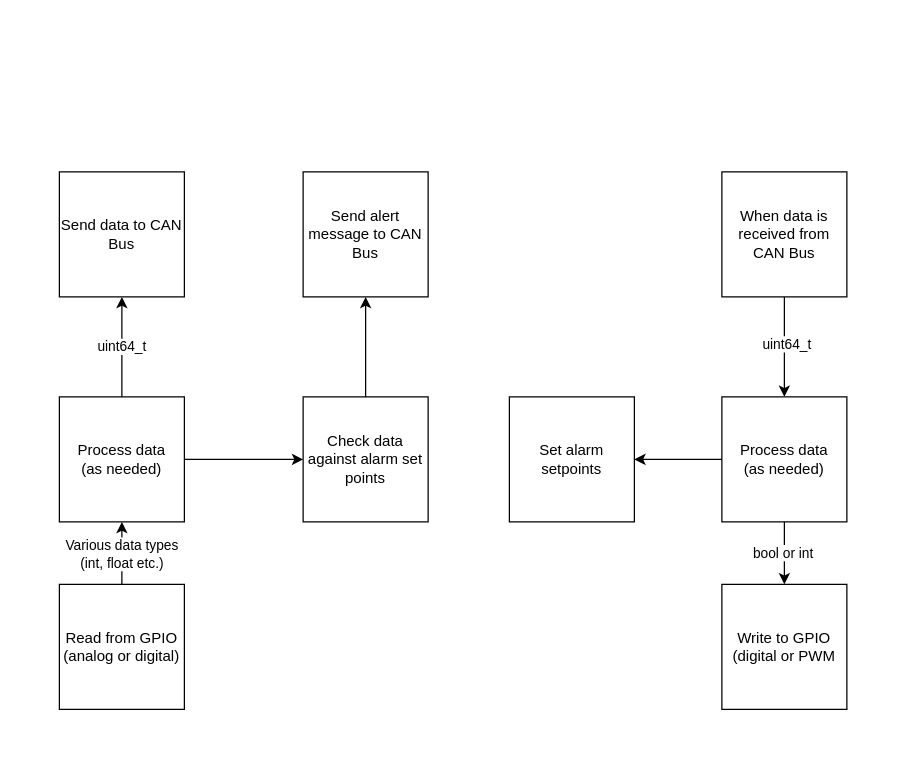
Before: BlockDiagrams/NodeControllerSoftware.drawio in ProjectFishWorks/Documentation, a draw.io diagram. Source tidied: cells renumbered, new cells numbered last; positions are measured from the earlier drawing's top-left corner, leaving out a move shared by most shapes. Both pictures are drawn from the tidied source at 125%, with x=0, y=0 at pixel (59, 171).
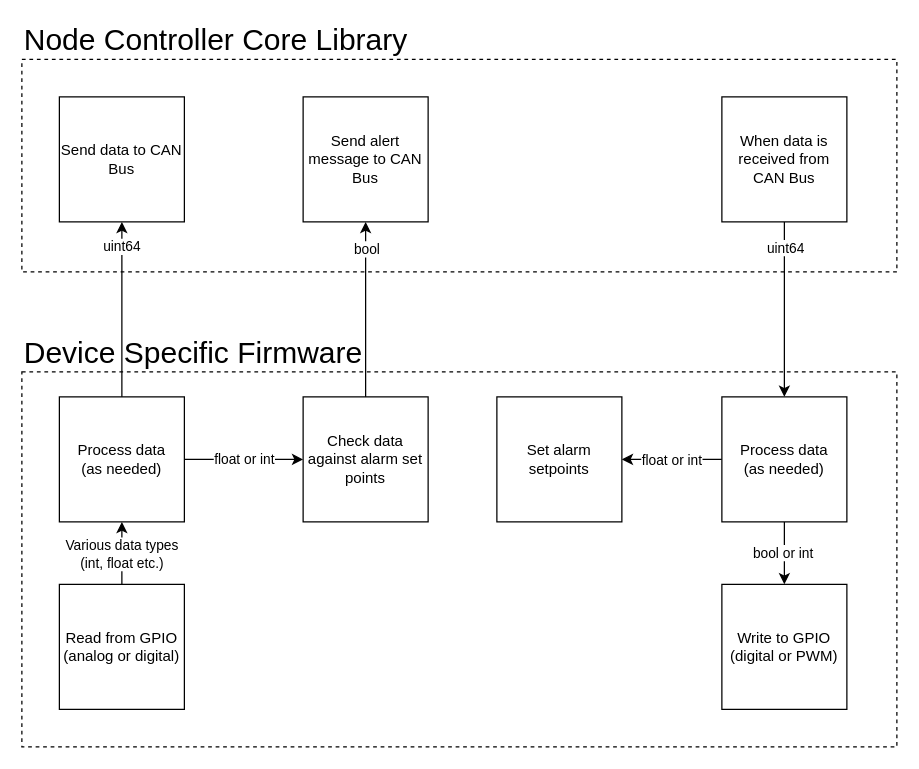
After the change.

Unchanged cells that the change refers to:
```xml
<mxCell id="7" value="Process data&lt;div&gt;(as needed)&lt;/div&gt;" style="whiteSpace=wrap;html=1;" parent="1" vertex="1">
  <mxGeometry y="180" width="100" height="100" as="geometry" />
</mxCell>
<mxCell id="9" style="edgeStyle=orthogonalEdgeStyle;rounded=0;jettySize=auto;html=1;" parent="1" edge="1" source="11" target="15">
  <mxGeometry relative="1" as="geometry" />
</mxCell>
<mxCell id="14" style="edgeStyle=orthogonalEdgeStyle;rounded=0;jettySize=auto;html=1;" parent="1" edge="1" source="15" target="20">
  <mxGeometry relative="1" as="geometry" />
</mxCell>
<mxCell id="17" style="edgeStyle=orthogonalEdgeStyle;rounded=0;jettySize=auto;html=1;" parent="1" edge="1" source="18" target="19">
  <mxGeometry relative="1" as="geometry" />
</mxCell>
<mxCell id="18" value="Check data against alarm set points" style="whiteSpace=wrap;html=1;" parent="1" vertex="1">
  <mxGeometry x="195" y="180" width="100" height="100" as="geometry" />
</mxCell>
```

The edit, as a diff of the source:
```diff
@@
+    <mxCell id="21" style="rounded=0;whiteSpace=wrap;html=1;fillColor=none;dashed=1;" parent="1" vertex="1">
+      <mxGeometry x="-30" y="-90" width="700" height="170" as="geometry" />
+    </mxCell>
+    <mxCell id="22" style="rounded=0;whiteSpace=wrap;html=1;fillColor=none;dashed=1;" parent="1" vertex="1">
+      <mxGeometry x="-30" y="160" width="700" height="300" as="geometry" />
+    </mxCell>
@@
-    <mxCell id="5" value="uint64_t" style="edgeStyle=orthogonalEdgeStyle;rounded=0;jettySize=auto;html=1;exitX=0.5;exitY=0;exitDx=0;exitDy=0;entryX=0.5;entryY=1;entryDx=0;entryDy=0;" parent="1" edge="1" source="7" target="8">
-      <mxGeometry relative="1" as="geometry" />
+    <mxCell id="5" value="uint64" style="edgeStyle=orthogonalEdgeStyle;rounded=0;jettySize=auto;html=1;exitX=0.5;exitY=0;exitDx=0;exitDy=0;entryX=0.5;entryY=1;entryDx=0;entryDy=0;" parent="1" edge="1" source="7" target="8">
+      <mxGeometry x="0.71" relative="1" as="geometry" />
     </mxCell>
-    <mxCell id="6" style="edgeStyle=orthogonalEdgeStyle;rounded=0;jettySize=auto;html=1;" parent="1" edge="1" source="7" target="18">
+    <mxCell id="6" value="float or int" style="edgeStyle=orthogonalEdgeStyle;rounded=0;jettySize=auto;html=1;" parent="1" edge="1" source="7" target="18">
       <mxGeometry relative="1" as="geometry" />
     </mxCell>
@@
     <mxCell id="8" value="&lt;div&gt;Send data to CAN Bus&lt;br&gt;&lt;/div&gt;" style="whiteSpace=wrap;html=1;" parent="1" vertex="1">
-      <mxGeometry width="100" height="100" as="geometry" />
+      <mxGeometry y="-60" width="100" height="100" as="geometry" />
     </mxCell>
@@
-    <mxCell id="10" value="uint64_t" style="edgeLabel;html=1;align=center;verticalAlign=middle;" parent="9" vertex="1">
-      <mxGeometry x="-0.08" y="1" relative="1" as="geometry" />
+    <mxCell id="10" value="uint64" style="edgeLabel;html=1;align=center;verticalAlign=middle;" parent="9" vertex="1">
+      <mxGeometry x="-0.08" y="1" relative="1" as="geometry">
+        <mxPoint x="-1" y="-44" as="offset" />
+      </mxGeometry>
     </mxCell>
     <mxCell id="11" value="&lt;div&gt;When data is received from CAN Bus&lt;br&gt;&lt;/div&gt;" style="whiteSpace=wrap;html=1;" parent="1" vertex="1">
-      <mxGeometry x="530" width="100" height="100" as="geometry" />
+      <mxGeometry x="530" y="-60" width="100" height="100" as="geometry" />
     </mxCell>
@@
+    <mxCell id="23" value="float or int" style="edgeLabel;html=1;align=center;verticalAlign=middle;" parent="14" vertex="1">
+      <mxGeometry x="0.24" y="-2" relative="1" as="geometry">
+        <mxPoint x="9" y="2" as="offset" />
+      </mxGeometry>
+    </mxCell>
@@
-    <mxCell id="16" value="Write to GPIO&lt;div&gt;(digital or PWM&lt;/div&gt;" style="whiteSpace=wrap;html=1;" parent="1" vertex="1">
+    <mxCell id="16" value="Write to GPIO&lt;div&gt;(digital or PWM)&lt;/div&gt;" style="whiteSpace=wrap;html=1;" parent="1" vertex="1">
       <mxGeometry x="530" y="330" width="100" height="100" as="geometry" />
     </mxCell>
@@
+    <mxCell id="24" value="bool" style="edgeLabel;html=1;align=center;verticalAlign=middle;" parent="17" vertex="1">
+      <mxGeometry x="-0.11" y="-3" relative="1" as="geometry">
+        <mxPoint x="-3" y="-57" as="offset" />
+      </mxGeometry>
+    </mxCell>
@@
     <mxCell id="19" value="&lt;div&gt;Send alert message to CAN Bus&lt;br&gt;&lt;/div&gt;" style="whiteSpace=wrap;html=1;" parent="1" vertex="1">
-      <mxGeometry x="195" width="100" height="100" as="geometry" />
+      <mxGeometry x="195" y="-60" width="100" height="100" as="geometry" />
     </mxCell>
     <mxCell id="20" value="Set alarm setpoints" style="whiteSpace=wrap;html=1;" parent="1" vertex="1">
-      <mxGeometry x="360" y="180" width="100" height="100" as="geometry" />
+      <mxGeometry x="350" y="180" width="100" height="100" as="geometry" />
     </mxCell>
+    <mxCell id="25" value="Node Controller Core Library&amp;nbsp;" style="text;html=1;align=left;verticalAlign=middle;whiteSpace=wrap;rounded=0;fontSize=24;" parent="1" vertex="1">
+      <mxGeometry x="-30" y="-120" width="700" height="30" as="geometry" />
+    </mxCell>
+    <mxCell id="26" value="Device Specific Firmware&amp;nbsp;" style="text;html=1;align=left;verticalAlign=middle;whiteSpace=wrap;rounded=0;fontSize=24;" parent="1" vertex="1">
+      <mxGeometry x="-30" y="130" width="700" height="30" as="geometry" />
+    </mxCell>
```
